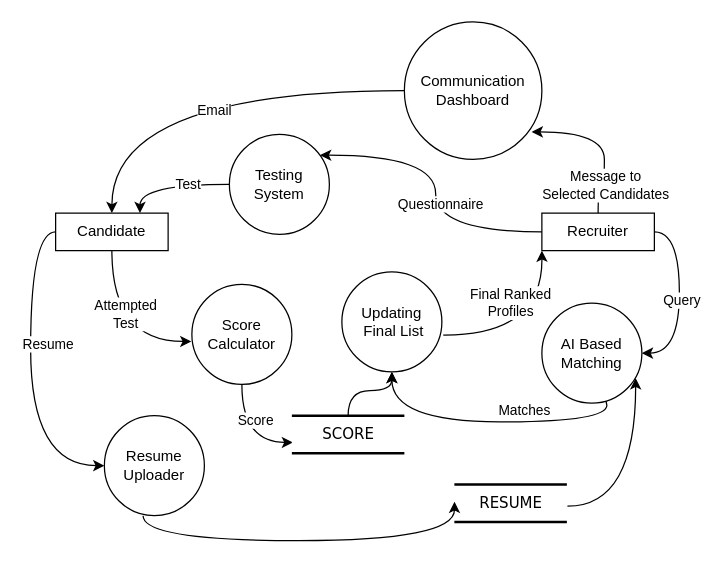
This is diagrams/DFD Level-1.drawio from ParthKapoor-dev/Purity.AI, a draw.io file, before an edit. Source tidied: cells renumbered, new cells numbered last; positions are measured from the earlier drawing's top-left corner, leaving out a move shared by most shapes. Both pictures are drawn from the tidied source at 125%, with x=0, y=0 at pixel (55, 21).
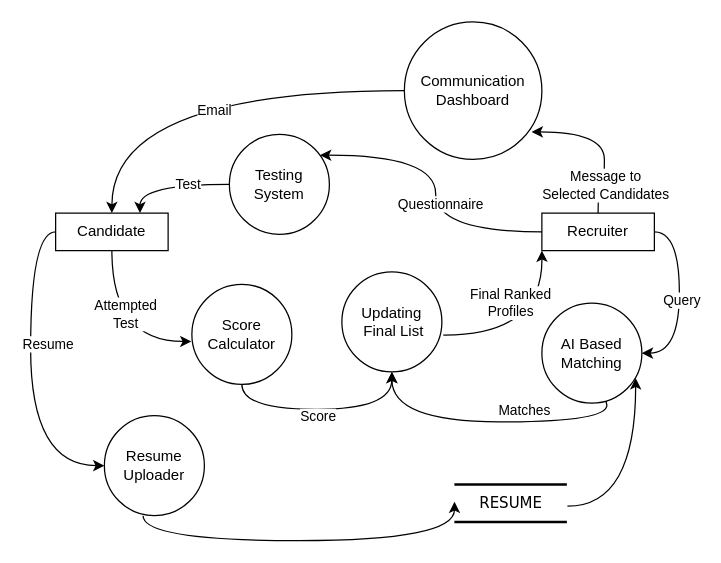
The same diagram, later.

Unchanged cells that the change refers to:
```xml
<mxCell id="23" value="Updating&lt;br&gt;&amp;nbsp;Final List" style="ellipse;whiteSpace=wrap;html=1;" parent="1" vertex="1">
  <mxGeometry x="229" y="200" width="80" height="80" as="geometry" />
</mxCell>
<mxCell id="24" value="Score Calculator" style="ellipse;whiteSpace=wrap;html=1;" parent="1" vertex="1">
  <mxGeometry x="109" y="210" width="80" height="80" as="geometry" />
</mxCell>
```

What changed in the source:
```diff
@@
-    <mxCell id="25" style="edgeStyle=orthogonalEdgeStyle;rounded=0;jettySize=auto;html=1;entryX=0.01;entryY=0.714;entryDx=0;entryDy=0;entryPerimeter=0;exitX=0.5;exitY=1;exitDx=0;exitDy=0;curved=1;" parent="1" edge="1" source="24" target="32">
+    <mxCell id="25" style="edgeStyle=orthogonalEdgeStyle;rounded=0;jettySize=auto;html=1;entryX=0.5;entryY=1;entryDx=0;entryDy=0;exitX=0.5;exitY=1;exitDx=0;exitDy=0;curved=1;" parent="1" edge="1" source="24" target="23">
       <mxGeometry relative="1" as="geometry" />
     </mxCell>
     <mxCell id="26" value="Score" style="edgeLabel;html=1;align=center;verticalAlign=middle;" parent="25" vertex="1">
       <mxGeometry x="-0.53" y="10" relative="1" as="geometry">
-        <mxPoint y="7" as="offset" />
+        <mxPoint x="40" y="15" as="offset" />
       </mxGeometry>
     </mxCell>
@@
-    <mxCell id="31" style="edgeStyle=orthogonalEdgeStyle;rounded=0;jettySize=auto;html=1;curved=1;" parent="1" edge="1" source="32" target="23">
-      <mxGeometry relative="1" as="geometry" />
-    </mxCell>
-    <mxCell id="32" value="SCORE" style="html=1;rounded=0;shadow=0;comic=0;labelBackgroundColor=none;strokeWidth=2;fontFamily=Verdana;fontSize=12;align=center;shape=mxgraph.ios7ui.horLines;" parent="1" vertex="1">
-      <mxGeometry x="189" y="315" width="90" height="30" as="geometry" />
-    </mxCell>
```
